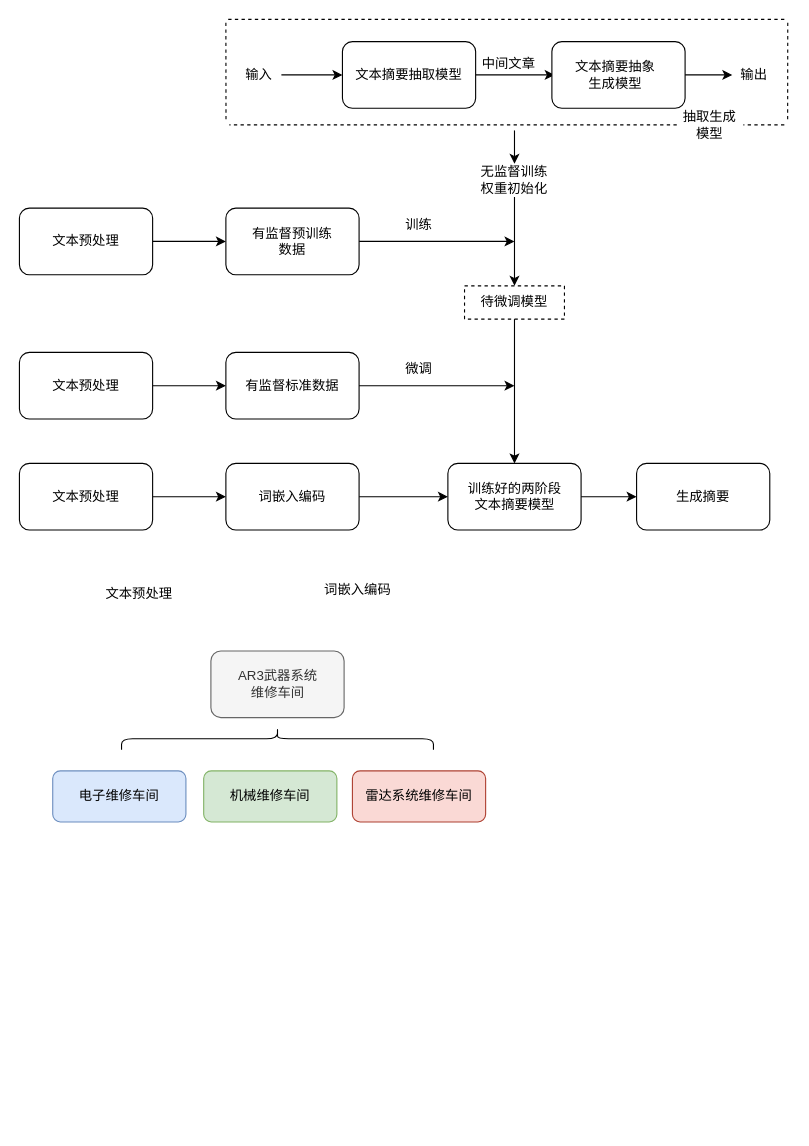
Above: 未命名绘图.drawio in wan-wer/test (draw.io), before the change. Source tidied: cells renumbered, new cells numbered last; positions are measured from the earlier drawing's top-left corner, leaving out a move shared by most shapes. Both pictures are drawn from the tidied source at 111%, with x=0, y=0 at pixel (19, 19).
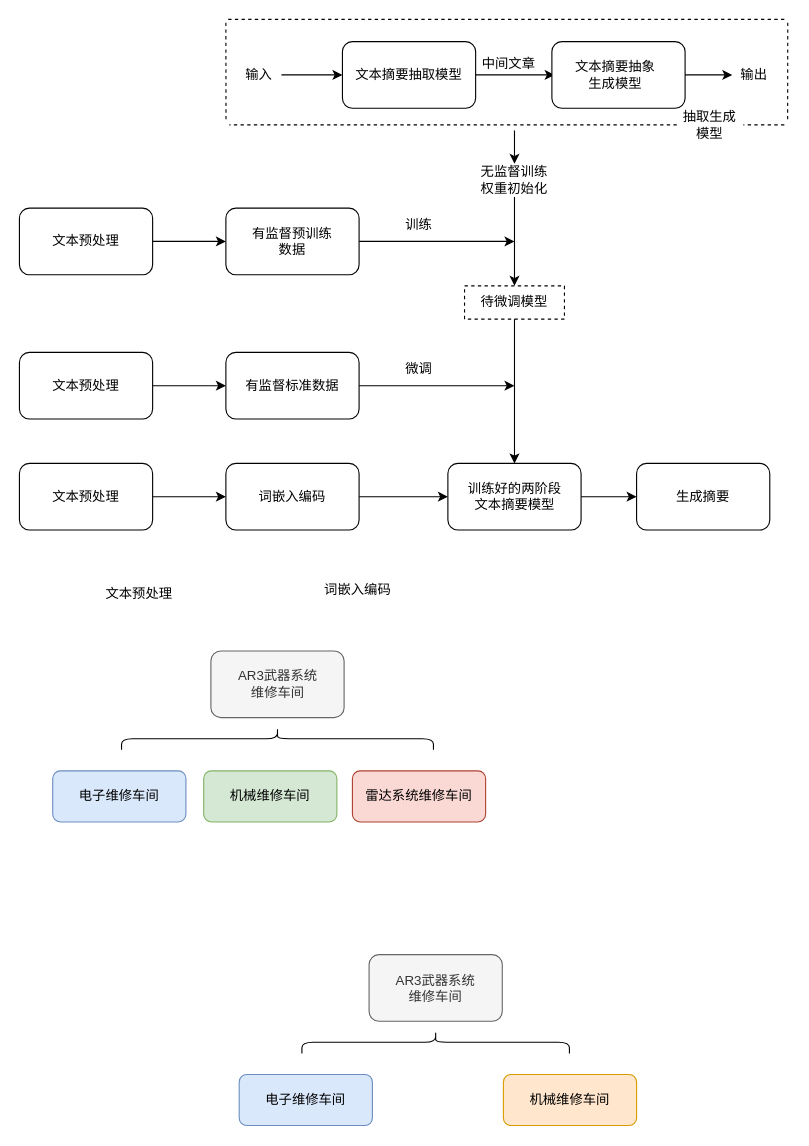
Above is the later version.

Commit message:
更新未命名绘图.drawio

Diff of the diagram source:
```diff
@@
+    <mxCell id="56" value="电子维修车间" style="rounded=1;whiteSpace=wrap;html=1;fillColor=#dae8fc;strokeColor=#6c8ebf;" parent="1" vertex="1">
+      <mxGeometry x="198" y="950.5" width="120" height="46" as="geometry" />
+    </mxCell>
+    <mxCell id="57" value="AR3武器系统&lt;div&gt;维修车间&lt;/div&gt;" style="rounded=1;whiteSpace=wrap;html=1;fillColor=#f5f5f5;strokeColor=#666666;fontColor=#333333;" parent="1" vertex="1">
+      <mxGeometry x="315" y="842.5" width="120" height="60" as="geometry" />
+    </mxCell>
+    <mxCell id="58" value="机械维修车间" style="rounded=1;whiteSpace=wrap;html=1;fillColor=#ffe6cc;strokeColor=#d79b00;" parent="1" vertex="1">
+      <mxGeometry x="436" y="950.5" width="120" height="46" as="geometry" />
+    </mxCell>
+    <mxCell id="59" style="shape=curlyBracket;whiteSpace=wrap;html=1;rounded=1;flipH=1;labelPosition=right;verticalLabelPosition=middle;align=left;verticalAlign=middle;rotation=-90;" parent="1" vertex="1">
+      <mxGeometry x="365" y="801" width="20" height="241" as="geometry" />
+    </mxCell>
```
